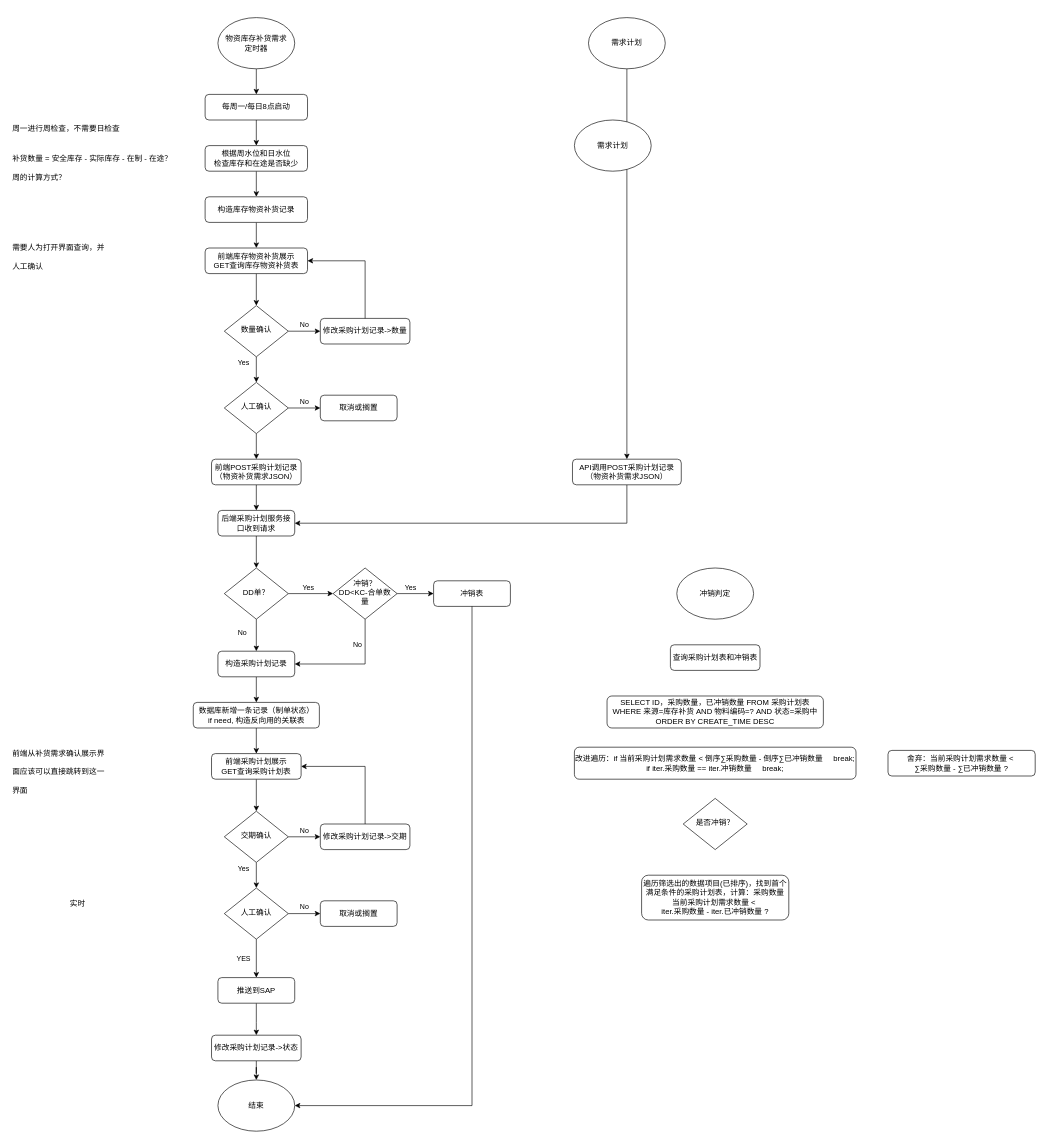
This is APS.drawio from CongMinYin/flow, a draw.io file, before an edit. Source tidied: cells renumbered, new cells numbered last; positions are measured from the earlier drawing's top-left corner, leaving out a move shared by most shapes. Both pictures are drawn from the tidied source at 64%, with x=0, y=0 at pixel (11, 17).
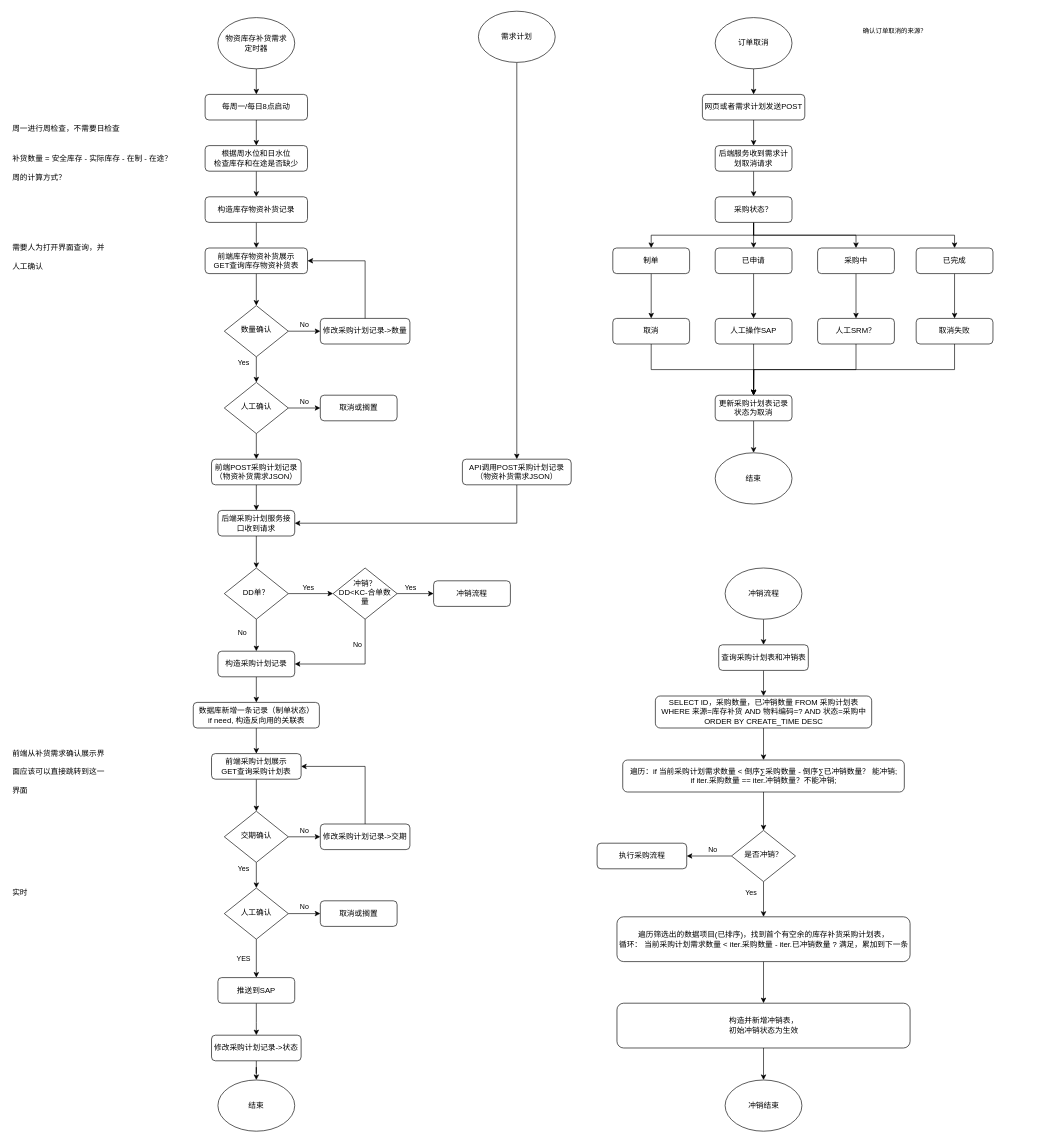
After the change.

Unchanged cells that the change refers to:
```xml
<mxCell id="17" value="结束" style="ellipse;whiteSpace=wrap;html=1;" parent="1" vertex="1">
  <mxGeometry x="323" y="1660" width="120" height="80" as="geometry" />
</mxCell>
```

The edit, as a diff of the source:
```diff
@@
     <mxCell id="50" value="API调用POST采购计划记录（物资补货需求JSON）" style="rounded=1;whiteSpace=wrap;html=1;fontSize=12;glass=0;strokeWidth=1;shadow=0;" parent="1" vertex="1">
-      <mxGeometry x="877" y="690" width="170" height="40" as="geometry" />
+      <mxGeometry x="705" y="690" width="170" height="40" as="geometry" />
     </mxCell>
@@
     <mxCell id="52" value="需求计划" style="ellipse;whiteSpace=wrap;html=1;" parent="1" vertex="1">
-      <mxGeometry x="902" width="120" height="80" as="geometry" />
+      <mxGeometry x="730" y="-10" width="120" height="80" as="geometry" />
     </mxCell>
@@
-    <mxCell id="62" value="冲销表" style="rounded=1;whiteSpace=wrap;html=1;fontSize=12;glass=0;strokeWidth=1;shadow=0;" parent="1" vertex="1">
+    <mxCell id="62" value="冲销流程" style="rounded=1;whiteSpace=wrap;html=1;fontSize=12;glass=0;strokeWidth=1;shadow=0;" parent="1" vertex="1">
       <mxGeometry x="660" y="880" width="120" height="40" as="geometry" />
     </mxCell>
     <mxCell id="63" value="&lt;h1 style=&quot;margin-top: 0px;&quot;&gt;&lt;span style=&quot;background-color: transparent; color: light-dark(rgb(0, 0, 0), rgb(255, 255, 255)); font-size: 12px; font-weight: normal;&quot;&gt;实时&lt;/span&gt;&lt;/h1&gt;" style="text;html=1;whiteSpace=wrap;overflow=hidden;rounded=0;" parent="1" vertex="1">
-      <mxGeometry x="90" y="1360" width="140" height="115" as="geometry" />
+      <mxGeometry y="1342.5" width="140" height="115" as="geometry" />
     </mxCell>
-    <mxCell id="64" style="edgeStyle=orthogonalEdgeStyle;rounded=0;jettySize=auto;html=1;exitX=0.5;exitY=1;exitDx=0;exitDy=0;entryX=1;entryY=0.5;entryDx=0;entryDy=0;" parent="1" edge="1" source="62" target="17">
-      <mxGeometry relative="1" as="geometry" />
-    </mxCell>
-    <mxCell id="65" value="需求计划" style="ellipse;whiteSpace=wrap;html=1;" parent="1" vertex="1">
-      <mxGeometry x="880" y="160" width="120" height="80" as="geometry" />
-    </mxCell>
+    <mxCell id="73" style="edgeStyle=orthogonalEdgeStyle;rounded=0;jettySize=auto;html=1;exitX=0.5;exitY=1;exitDx=0;exitDy=0;entryX=0.5;entryY=0;entryDx=0;entryDy=0;" parent="1" edge="1" source="66" target="67">
+      <mxGeometry relative="1" as="geometry" />
+    </mxCell>
-    <mxCell id="66" value="冲销判定" style="ellipse;whiteSpace=wrap;html=1;" parent="1" vertex="1">
-      <mxGeometry x="1040" y="860" width="120" height="80" as="geometry" />
+    <mxCell id="66" value="冲销流程" style="ellipse;whiteSpace=wrap;html=1;" parent="1" vertex="1">
+      <mxGeometry x="1115.5" y="860" width="120" height="80" as="geometry" />
     </mxCell>
+    <mxCell id="74" style="edgeStyle=orthogonalEdgeStyle;rounded=0;jettySize=auto;html=1;exitX=0.5;exitY=1;exitDx=0;exitDy=0;entryX=0.5;entryY=0;entryDx=0;entryDy=0;" parent="1" edge="1" source="67" target="68">
+      <mxGeometry relative="1" as="geometry" />
+    </mxCell>
     <mxCell id="67" value="查询采购计划表和冲销表" style="rounded=1;whiteSpace=wrap;html=1;fontSize=12;glass=0;strokeWidth=1;shadow=0;" parent="1" vertex="1">
-      <mxGeometry x="1030" y="980" width="140" height="40" as="geometry" />
+      <mxGeometry x="1105.5" y="980" width="140" height="40" as="geometry" />
     </mxCell>
+    <mxCell id="75" style="edgeStyle=orthogonalEdgeStyle;rounded=0;jettySize=auto;html=1;exitX=0.5;exitY=1;exitDx=0;exitDy=0;" parent="1" edge="1" source="68" target="69">
+      <mxGeometry relative="1" as="geometry" />
+    </mxCell>
     <mxCell id="68" value="&lt;article class=&quot;4ever-article&quot;&gt;&lt;span&gt;SELECT ID，采购数量，已冲销数量 FROM 采购计划表&lt;/span&gt;&lt;/article&gt;&lt;article class=&quot;4ever-article&quot;&gt;&lt;span&gt;WHERE 来源=库存补货 AND 物料编码=? AND 状态=采购中&lt;/span&gt;&lt;/article&gt;&lt;article class=&quot;4ever-article&quot;&gt;&lt;span&gt;ORDER BY CREATE_TIME DESC&lt;/span&gt;&lt;/article&gt;" style="rounded=1;whiteSpace=wrap;html=1;fontSize=12;glass=0;strokeWidth=1;shadow=0;" parent="1" vertex="1">
-      <mxGeometry x="931" y="1060" width="338" height="50" as="geometry" />
+      <mxGeometry x="1006.5" y="1060" width="338" height="50" as="geometry" />
     </mxCell>
+    <mxCell id="76" style="edgeStyle=orthogonalEdgeStyle;rounded=0;jettySize=auto;html=1;exitX=0.5;exitY=1;exitDx=0;exitDy=0;entryX=0.5;entryY=0;entryDx=0;entryDy=0;" parent="1" edge="1" source="69" target="71">
+      <mxGeometry relative="1" as="geometry" />
+    </mxCell>
-    <mxCell id="69" value="&lt;article class=&quot;4ever-article&quot;&gt;&lt;span&gt;改进遍历：if 当前采购计划需求数量 &amp;lt;&amp;nbsp;&lt;/span&gt;&lt;span style=&quot;background-color: transparent; color: light-dark(rgb(0, 0, 0), rgb(255, 255, 255));&quot;&gt;倒序∑采购数量 - 倒序&lt;/span&gt;&lt;span style=&quot;background-color: transparent; color: light-dark(rgb(0, 0, 0), rgb(255, 255, 255));&quot;&gt;∑已冲销数量&amp;nbsp; &amp;nbsp; &amp;nbsp;break;&lt;/span&gt;&lt;/article&gt;&lt;article class=&quot;4ever-article&quot;&gt;&lt;span style=&quot;background-color: transparent; color: light-dark(rgb(0, 0, 0), rgb(255, 255, 255));&quot;&gt;if iter.采购数量 == iter.冲销数量&amp;nbsp; &amp;nbsp; &amp;nbsp;&lt;/span&gt;&lt;span style=&quot;background-color: transparent; color: light-dark(rgb(0, 0, 0), rgb(255, 255, 255));&quot;&gt;break;&lt;/span&gt;&lt;/article&gt;" style="rounded=1;whiteSpace=wrap;html=1;fontSize=12;glass=0;strokeWidth=1;shadow=0;" parent="1" vertex="1">
-      <mxGeometry x="880" y="1140" width="440" height="50" as="geometry" />
+    <mxCell id="69" value="&lt;article class=&quot;4ever-article&quot;&gt;&lt;span&gt;遍历：if 当前采购计划需求数量 &amp;lt;&amp;nbsp;&lt;/span&gt;&lt;span style=&quot;background-color: transparent; color: light-dark(rgb(0, 0, 0), rgb(255, 255, 255));&quot;&gt;倒序∑采购数量 - 倒序&lt;/span&gt;&lt;span style=&quot;background-color: transparent; color: light-dark(rgb(0, 0, 0), rgb(255, 255, 255));&quot;&gt;∑已冲销数量？ 能冲销;&lt;/span&gt;&lt;/article&gt;&lt;article class=&quot;4ever-article&quot;&gt;&lt;span style=&quot;background-color: transparent; color: light-dark(rgb(0, 0, 0), rgb(255, 255, 255));&quot;&gt;if iter.采购数量 == iter.冲销数量？不能冲销&lt;/span&gt;&lt;span style=&quot;background-color: transparent; color: light-dark(rgb(0, 0, 0), rgb(255, 255, 255));&quot;&gt;;&lt;/span&gt;&lt;/article&gt;" style="rounded=1;whiteSpace=wrap;html=1;fontSize=12;glass=0;strokeWidth=1;shadow=0;" parent="1" vertex="1">
+      <mxGeometry x="955.5" y="1160" width="440" height="50" as="geometry" />
     </mxCell>
+    <mxCell id="77" style="edgeStyle=orthogonalEdgeStyle;rounded=0;jettySize=auto;html=1;exitX=0.5;exitY=1;exitDx=0;exitDy=0;entryX=0.5;entryY=0;entryDx=0;entryDy=0;" parent="1" edge="1" source="70" target="83">
+      <mxGeometry relative="1" as="geometry" />
+    </mxCell>
-    <mxCell id="70" value="&lt;article class=&quot;4ever-article&quot;&gt;遍历筛选出的数据项目(已排序)，找到首个满足条件的采购计划表，计算：采购数量&lt;/article&gt;&lt;article class=&quot;4ever-article&quot;&gt;&lt;article class=&quot;4ever-article&quot;&gt;&lt;span&gt;当前采购计划需求数量 &amp;lt;&amp;nbsp;&lt;/span&gt;&lt;/article&gt;&lt;article class=&quot;4ever-article&quot;&gt;&lt;span&gt;iter.采购数量 - iter.&lt;/span&gt;&lt;span style=&quot;background-color: transparent; color: light-dark(rgb(0, 0, 0), rgb(255, 255, 255));&quot;&gt;已冲销数量 ?&lt;/span&gt;&lt;/article&gt;&lt;/article&gt;" style="rounded=1;whiteSpace=wrap;html=1;fontSize=12;glass=0;strokeWidth=1;shadow=0;" parent="1" vertex="1">
-      <mxGeometry x="985" y="1340" width="230" height="70" as="geometry" />
+    <mxCell id="70" value="&lt;article class=&quot;4ever-article&quot;&gt;遍历筛选出的数据项目(已排序)，找到首个有空余的库存补货采购计划表，&lt;/article&gt;&lt;article class=&quot;4ever-article&quot;&gt;&lt;span style=&quot;background-color: transparent; color: light-dark(rgb(0, 0, 0), rgb(255, 255, 255));&quot;&gt;循环： 当前采购计划需求数量 &amp;lt;&amp;nbsp;&lt;/span&gt;&lt;span style=&quot;background-color: transparent; color: light-dark(rgb(0, 0, 0), rgb(255, 255, 255));&quot;&gt;iter.采购数量 - iter.&lt;/span&gt;&lt;span style=&quot;background-color: transparent; color: light-dark(rgb(0, 0, 0), rgb(255, 255, 255));&quot;&gt;已冲销数量 ?&lt;/span&gt;&lt;span style=&quot;background-color: transparent; color: light-dark(rgb(0, 0, 0), rgb(255, 255, 255));&quot;&gt;&amp;nbsp;满足，累加到下一条&lt;/span&gt;&lt;/article&gt;" style="rounded=1;whiteSpace=wrap;html=1;fontSize=12;glass=0;strokeWidth=1;shadow=0;" parent="1" vertex="1">
+      <mxGeometry x="946.5" y="1405" width="458" height="70" as="geometry" />
     </mxCell>
+    <mxCell id="78" style="edgeStyle=orthogonalEdgeStyle;rounded=0;jettySize=auto;html=1;exitX=0.5;exitY=1;exitDx=0;exitDy=0;entryX=0.5;entryY=0;entryDx=0;entryDy=0;" parent="1" edge="1" source="71" target="70">
+      <mxGeometry relative="1" as="geometry" />
+    </mxCell>
+    <mxCell id="79" value="Yes" style="edgeLabel;html=1;align=center;verticalAlign=middle;" parent="78" vertex="1">
+      <mxGeometry x="-0.38" y="1" relative="1" as="geometry">
+        <mxPoint x="-21" as="offset" />
+      </mxGeometry>
+    </mxCell>
+    <mxCell id="80" style="edgeStyle=orthogonalEdgeStyle;rounded=0;jettySize=auto;html=1;exitX=0;exitY=0.5;exitDx=0;exitDy=0;entryX=1;entryY=0.5;entryDx=0;entryDy=0;" parent="1" edge="1" source="71" target="85">
+      <mxGeometry relative="1" as="geometry" />
+    </mxCell>
+    <mxCell id="81" value="No" style="edgeLabel;html=1;align=center;verticalAlign=middle;" parent="80" vertex="1">
+      <mxGeometry relative="1" as="geometry">
+        <mxPoint x="5" y="-10" as="offset" />
+      </mxGeometry>
+    </mxCell>
     <mxCell id="71" value="是否冲销？" style="rhombus;whiteSpace=wrap;html=1;shadow=0;fontFamily=Helvetica;fontSize=12;align=center;strokeWidth=1;spacing=6;spacingTop=-4;" parent="1" vertex="1">
-      <mxGeometry x="1050" y="1220" width="100" height="80" as="geometry" />
+      <mxGeometry x="1125.5" y="1270" width="100" height="80" as="geometry" />
     </mxCell>
-    <mxCell id="72" value="&lt;article class=&quot;4ever-article&quot;&gt;&lt;span&gt;舍弃：当前采购计划需求数量 &amp;lt;&amp;nbsp;&lt;/span&gt;&lt;/article&gt;&lt;article class=&quot;4ever-article&quot;&gt;&lt;span&gt;∑采购数量 -&amp;nbsp;&lt;/span&gt;&lt;span style=&quot;background-color: transparent; color: light-dark(rgb(0, 0, 0), rgb(255, 255, 255));&quot;&gt;∑已冲销数量 ?&lt;/span&gt;&lt;/article&gt;" style="rounded=1;whiteSpace=wrap;html=1;fontSize=12;glass=0;strokeWidth=1;shadow=0;" parent="1" vertex="1">
-      <mxGeometry x="1370" y="1145" width="230" height="40" as="geometry" />
-    </mxCell>
+    <mxCell id="82" style="edgeStyle=orthogonalEdgeStyle;rounded=0;jettySize=auto;html=1;exitX=0.5;exitY=1;exitDx=0;exitDy=0;entryX=0.5;entryY=0;entryDx=0;entryDy=0;" parent="1" edge="1" source="83" target="84">
+      <mxGeometry relative="1" as="geometry" />
+    </mxCell>
+    <mxCell id="83" value="&lt;article class=&quot;4ever-article&quot;&gt;构造并新增冲销表，&lt;/article&gt;&lt;article class=&quot;4ever-article&quot;&gt;初始冲销状态为生效&lt;/article&gt;" style="rounded=1;whiteSpace=wrap;html=1;fontSize=12;glass=0;strokeWidth=1;shadow=0;" parent="1" vertex="1">
+      <mxGeometry x="946.5" y="1540" width="458" height="70" as="geometry" />
+    </mxCell>
+    <mxCell id="84" value="冲销结束" style="ellipse;whiteSpace=wrap;html=1;" parent="1" vertex="1">
+      <mxGeometry x="1115.5" y="1660" width="120" height="80" as="geometry" />
+    </mxCell>
+    <mxCell id="85" value="执行采购流程" style="rounded=1;whiteSpace=wrap;html=1;fontSize=12;glass=0;strokeWidth=1;shadow=0;" parent="1" vertex="1">
+      <mxGeometry x="915.5" y="1290" width="140" height="40" as="geometry" />
+    </mxCell>
+    <mxCell id="86" style="edgeStyle=orthogonalEdgeStyle;rounded=0;jettySize=auto;html=1;exitX=0.5;exitY=1;exitDx=0;exitDy=0;entryX=0.5;entryY=0;entryDx=0;entryDy=0;" parent="1" edge="1" source="87" target="89">
+      <mxGeometry relative="1" as="geometry" />
+    </mxCell>
+    <mxCell id="87" value="&lt;span style=&quot;background-color: transparent; color: light-dark(rgb(0, 0, 0), rgb(255, 255, 255));&quot;&gt;订单取消&lt;/span&gt;" style="ellipse;whiteSpace=wrap;html=1;" parent="1" vertex="1">
+      <mxGeometry x="1100" width="120" height="80" as="geometry" />
+    </mxCell>
+    <mxCell id="88" style="edgeStyle=orthogonalEdgeStyle;rounded=0;jettySize=auto;html=1;exitX=0.5;exitY=1;exitDx=0;exitDy=0;entryX=0.5;entryY=0;entryDx=0;entryDy=0;" parent="1" edge="1" source="89" target="92">
+      <mxGeometry relative="1" as="geometry" />
+    </mxCell>
+    <mxCell id="89" value="网页或者需求计划发送POST" style="rounded=1;whiteSpace=wrap;html=1;fontSize=12;glass=0;strokeWidth=1;shadow=0;" parent="1" vertex="1">
+      <mxGeometry x="1080" y="120" width="160" height="40" as="geometry" />
+    </mxCell>
+    <mxCell id="90" value="&lt;h1 style=&quot;margin-top: 0px;&quot;&gt;&lt;font size=&quot;1&quot;&gt;&lt;span style=&quot;font-weight: 400;&quot;&gt;确认订单取消的来源？&lt;/span&gt;&lt;/font&gt;&lt;/h1&gt;" style="text;html=1;whiteSpace=wrap;overflow=hidden;rounded=0;" parent="1" vertex="1">
+      <mxGeometry x="1329" y="-5" width="150" height="90" as="geometry" />
+    </mxCell>
+    <mxCell id="91" style="edgeStyle=orthogonalEdgeStyle;rounded=0;jettySize=auto;html=1;exitX=0.5;exitY=1;exitDx=0;exitDy=0;entryX=0.5;entryY=0;entryDx=0;entryDy=0;" parent="1" edge="1" source="92" target="97">
+      <mxGeometry relative="1" as="geometry" />
+    </mxCell>
+    <mxCell id="92" value="后端服务收到需求计划取消请求" style="rounded=1;whiteSpace=wrap;html=1;fontSize=12;glass=0;strokeWidth=1;shadow=0;" parent="1" vertex="1">
+      <mxGeometry x="1100" y="200" width="120" height="40" as="geometry" />
+    </mxCell>
+    <mxCell id="93" style="edgeStyle=orthogonalEdgeStyle;rounded=0;jettySize=auto;html=1;exitX=0.5;exitY=1;exitDx=0;exitDy=0;entryX=0.5;entryY=0;entryDx=0;entryDy=0;" parent="1" edge="1" source="97" target="99">
+      <mxGeometry relative="1" as="geometry" />
+    </mxCell>
+    <mxCell id="94" style="edgeStyle=orthogonalEdgeStyle;rounded=0;jettySize=auto;html=1;exitX=0.5;exitY=1;exitDx=0;exitDy=0;" parent="1" edge="1" source="97" target="101">
+      <mxGeometry relative="1" as="geometry" />
+    </mxCell>
+    <mxCell id="95" style="edgeStyle=orthogonalEdgeStyle;rounded=0;jettySize=auto;html=1;exitX=0.5;exitY=1;exitDx=0;exitDy=0;" parent="1" edge="1" source="97" target="103">
+      <mxGeometry relative="1" as="geometry" />
+    </mxCell>
+    <mxCell id="96" style="edgeStyle=orthogonalEdgeStyle;rounded=0;jettySize=auto;html=1;exitX=0.5;exitY=1;exitDx=0;exitDy=0;" parent="1" edge="1" source="97" target="105">
+      <mxGeometry relative="1" as="geometry" />
+    </mxCell>
+    <mxCell id="97" value="采购状态？" style="rounded=1;whiteSpace=wrap;html=1;fontSize=12;glass=0;strokeWidth=1;shadow=0;" parent="1" vertex="1">
+      <mxGeometry x="1100" y="280" width="120" height="40" as="geometry" />
+    </mxCell>
+    <mxCell id="98" style="edgeStyle=orthogonalEdgeStyle;rounded=0;jettySize=auto;html=1;exitX=0.5;exitY=1;exitDx=0;exitDy=0;entryX=0.5;entryY=0;entryDx=0;entryDy=0;" parent="1" edge="1" source="99" target="109">
+      <mxGeometry relative="1" as="geometry" />
+    </mxCell>
+    <mxCell id="99" value="已申请" style="rounded=1;whiteSpace=wrap;html=1;fontSize=12;glass=0;strokeWidth=1;shadow=0;" parent="1" vertex="1">
+      <mxGeometry x="1100" y="360" width="120" height="40" as="geometry" />
+    </mxCell>
+    <mxCell id="100" style="edgeStyle=orthogonalEdgeStyle;rounded=0;jettySize=auto;html=1;exitX=0.5;exitY=1;exitDx=0;exitDy=0;" parent="1" edge="1" source="101" target="107">
+      <mxGeometry relative="1" as="geometry" />
+    </mxCell>
+    <mxCell id="101" value="制单" style="rounded=1;whiteSpace=wrap;html=1;fontSize=12;glass=0;strokeWidth=1;shadow=0;" parent="1" vertex="1">
+      <mxGeometry x="940" y="360" width="120" height="40" as="geometry" />
+    </mxCell>
+    <mxCell id="102" style="edgeStyle=orthogonalEdgeStyle;rounded=0;jettySize=auto;html=1;exitX=0.5;exitY=1;exitDx=0;exitDy=0;entryX=0.5;entryY=0;entryDx=0;entryDy=0;" parent="1" edge="1" source="103" target="111">
+      <mxGeometry relative="1" as="geometry" />
+    </mxCell>
+    <mxCell id="103" value="采购中" style="rounded=1;whiteSpace=wrap;html=1;fontSize=12;glass=0;strokeWidth=1;shadow=0;" parent="1" vertex="1">
+      <mxGeometry x="1260" y="360" width="120" height="40" as="geometry" />
+    </mxCell>
+    <mxCell id="104" style="edgeStyle=orthogonalEdgeStyle;rounded=0;jettySize=auto;html=1;exitX=0.5;exitY=1;exitDx=0;exitDy=0;" parent="1" edge="1" source="105" target="113">
+      <mxGeometry relative="1" as="geometry" />
+    </mxCell>
+    <mxCell id="105" value="已完成" style="rounded=1;whiteSpace=wrap;html=1;fontSize=12;glass=0;strokeWidth=1;shadow=0;" parent="1" vertex="1">
+      <mxGeometry x="1414" y="360" width="120" height="40" as="geometry" />
+    </mxCell>
+    <mxCell id="106" style="edgeStyle=orthogonalEdgeStyle;rounded=0;jettySize=auto;html=1;exitX=0.5;exitY=1;exitDx=0;exitDy=0;" parent="1" edge="1" source="107" target="115">
+      <mxGeometry relative="1" as="geometry" />
+    </mxCell>
+    <mxCell id="107" value="取消" style="rounded=1;whiteSpace=wrap;html=1;fontSize=12;glass=0;strokeWidth=1;shadow=0;" parent="1" vertex="1">
+      <mxGeometry x="940" y="470" width="120" height="40" as="geometry" />
+    </mxCell>
+    <mxCell id="108" style="edgeStyle=orthogonalEdgeStyle;rounded=0;jettySize=auto;html=1;exitX=0.5;exitY=1;exitDx=0;exitDy=0;" parent="1" edge="1" source="109">
+      <mxGeometry relative="1" as="geometry">
+        <mxPoint x="1160" y="590" as="targetPoint" />
+      </mxGeometry>
+    </mxCell>
+    <mxCell id="109" value="人工操作SAP" style="rounded=1;whiteSpace=wrap;html=1;fontSize=12;glass=0;strokeWidth=1;shadow=0;" parent="1" vertex="1">
+      <mxGeometry x="1100" y="470" width="120" height="40" as="geometry" />
+    </mxCell>
+    <mxCell id="110" style="edgeStyle=orthogonalEdgeStyle;rounded=0;jettySize=auto;html=1;exitX=0.5;exitY=1;exitDx=0;exitDy=0;entryX=0.5;entryY=0;entryDx=0;entryDy=0;" parent="1" edge="1" source="111" target="115">
+      <mxGeometry relative="1" as="geometry" />
+    </mxCell>
+    <mxCell id="111" value="人工SRM？" style="rounded=1;whiteSpace=wrap;html=1;fontSize=12;glass=0;strokeWidth=1;shadow=0;" parent="1" vertex="1">
+      <mxGeometry x="1260" y="470" width="120" height="40" as="geometry" />
+    </mxCell>
+    <mxCell id="112" style="edgeStyle=orthogonalEdgeStyle;rounded=0;jettySize=auto;html=1;exitX=0.5;exitY=1;exitDx=0;exitDy=0;" parent="1" edge="1" source="113">
+      <mxGeometry relative="1" as="geometry">
+        <mxPoint x="1160" y="590" as="targetPoint" />
+      </mxGeometry>
+    </mxCell>
+    <mxCell id="113" value="取消失败" style="rounded=1;whiteSpace=wrap;html=1;fontSize=12;glass=0;strokeWidth=1;shadow=0;" parent="1" vertex="1">
+      <mxGeometry x="1414" y="470" width="120" height="40" as="geometry" />
+    </mxCell>
+    <mxCell id="114" style="edgeStyle=orthogonalEdgeStyle;rounded=0;jettySize=auto;html=1;exitX=0.5;exitY=1;exitDx=0;exitDy=0;" parent="1" edge="1" source="115" target="116">
+      <mxGeometry relative="1" as="geometry" />
+    </mxCell>
+    <mxCell id="115" value="更新采购计划表记录状态为取消" style="rounded=1;whiteSpace=wrap;html=1;fontSize=12;glass=0;strokeWidth=1;shadow=0;" parent="1" vertex="1">
+      <mxGeometry x="1100" y="590" width="120" height="40" as="geometry" />
+    </mxCell>
+    <mxCell id="116" value="&lt;span style=&quot;background-color: transparent; color: light-dark(rgb(0, 0, 0), rgb(255, 255, 255));&quot;&gt;结束&lt;/span&gt;" style="ellipse;whiteSpace=wrap;html=1;" parent="1" vertex="1">
+      <mxGeometry x="1100" y="680" width="120" height="80" as="geometry" />
+    </mxCell>
```
